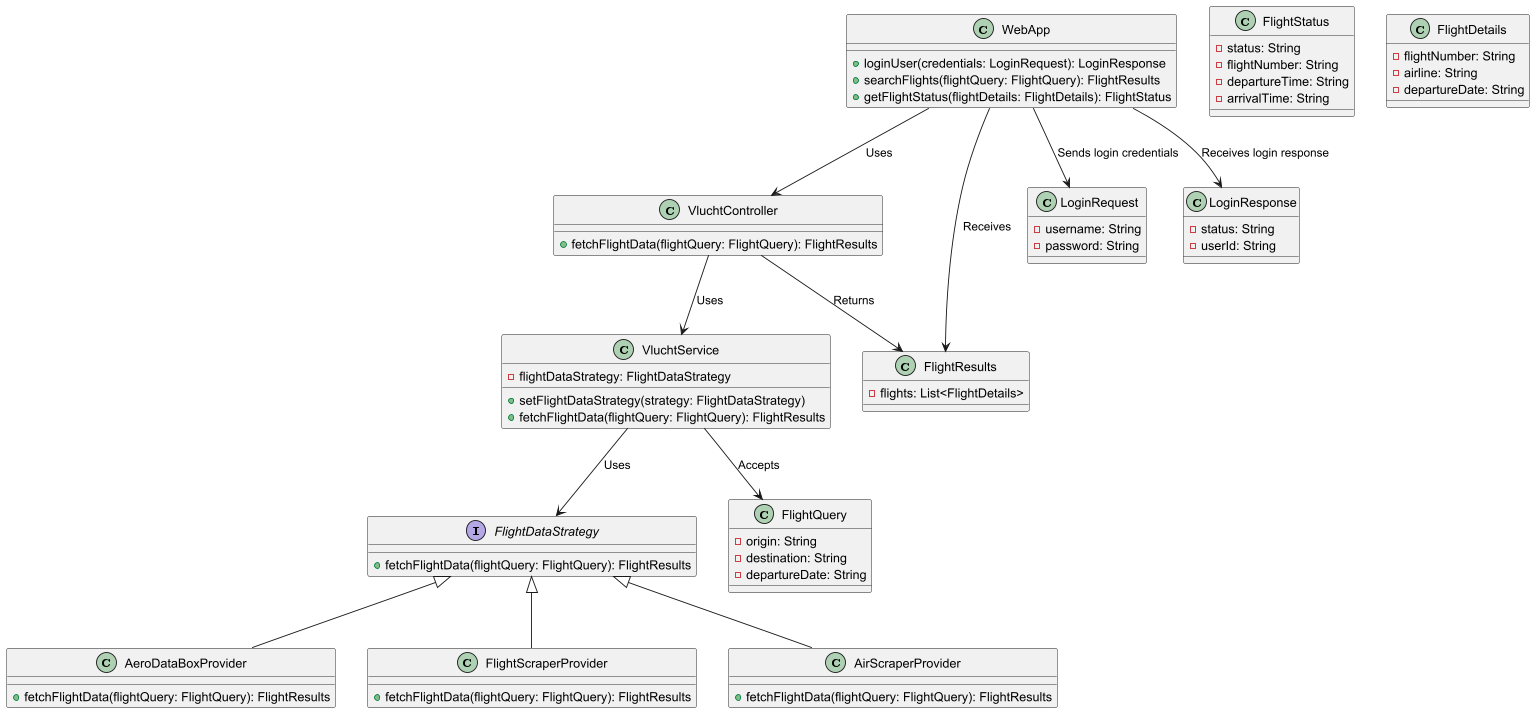
Earlier version of the PlantUML export opdracht-diagrammen/classDiagramQuestion.png (AIM-ENE-feb25/triptop-groep-b2). Source of this version:
```plantuml
@startuml

class WebApp {
    +loginUser(credentials: LoginRequest): LoginResponse
    +searchFlights(flightQuery: FlightQuery): FlightResults
    +getFlightStatus(flightDetails: FlightDetails): FlightStatus
}

class VluchtController {
    +fetchFlightData(flightQuery: FlightQuery): FlightResults
}

class VluchtService {
    -flightDataStrategy: FlightDataStrategy
    +setFlightDataStrategy(strategy: FlightDataStrategy)
    +fetchFlightData(flightQuery: FlightQuery): FlightResults
}

interface FlightDataStrategy {
    +fetchFlightData(flightQuery: FlightQuery): FlightResults
}

class AeroDataBoxProvider {
    +fetchFlightData(flightQuery: FlightQuery): FlightResults
}

class FlightScraperProvider {
    +fetchFlightData(flightQuery: FlightQuery): FlightResults
}

class AirScraperProvider {
    +fetchFlightData(flightQuery: FlightQuery): FlightResults
}

class FlightStatus {
    -status: String
    -flightNumber: String
    -departureTime: String
    -arrivalTime: String
}

class FlightDetails {
    -flightNumber: String
    -airline: String
    -departureDate: String
}

class FlightQuery {
    -origin: String
    -destination: String
    -departureDate: String
}

class FlightResults {
    -flights: List<FlightDetails>
}

class LoginRequest {
    -username: String
    -password: String
}

class LoginResponse {
    -status: String
    -userId: String
}

WebApp --> VluchtController : "Uses"
WebApp --> LoginRequest : "Sends login credentials"
WebApp --> LoginResponse : "Receives login response"
VluchtController --> VluchtService : "Uses"
VluchtService --> FlightDataStrategy : "Uses"
VluchtService --> FlightQuery : "Accepts"
VluchtController --> FlightResults : "Returns"
WebApp --> FlightResults : "Receives"

FlightDataStrategy <|-- AeroDataBoxProvider
FlightDataStrategy <|-- FlightScraperProvider
FlightDataStrategy <|-- AirScraperProvider

@enduml
```
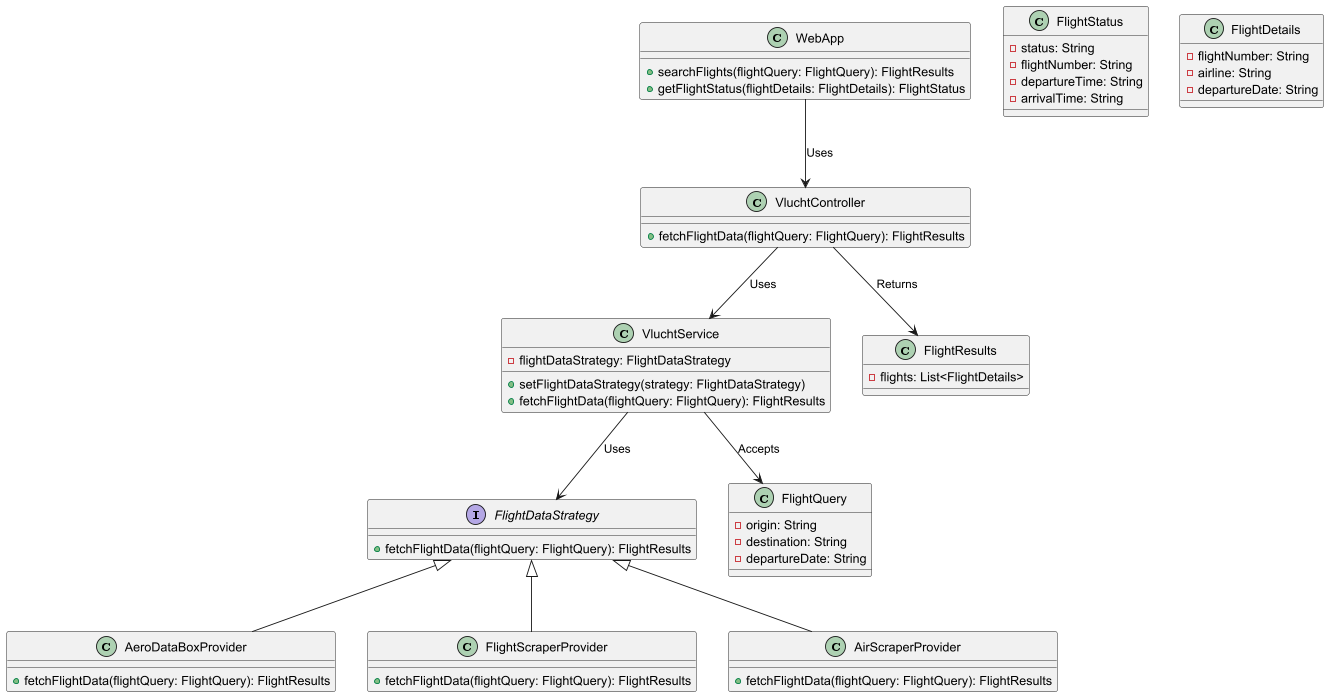
The same diagram one commit later.

Diff of the diagram source:
```diff
@@ -1,7 +1,6 @@
 @startuml
 
 class WebApp {
-    +loginUser(credentials: LoginRequest): LoginResponse
     +searchFlights(flightQuery: FlightQuery): FlightResults
     +getFlightStatus(flightDetails: FlightDetails): FlightStatus
 }
@@ -55,24 +54,12 @@
     -flights: List<FlightDetails>
 }
 
-class LoginRequest {
-    -username: String
-    -password: String
-}
-
-class LoginResponse {
-    -status: String
-    -userId: String
-}
 
 WebApp --> VluchtController : "Uses"
-WebApp --> LoginRequest : "Sends login credentials"
-WebApp --> LoginResponse : "Receives login response"
 VluchtController --> VluchtService : "Uses"
 VluchtService --> FlightDataStrategy : "Uses"
 VluchtService --> FlightQuery : "Accepts"
 VluchtController --> FlightResults : "Returns"
-WebApp --> FlightResults : "Receives"
 
 FlightDataStrategy <|-- AeroDataBoxProvider
 FlightDataStrategy <|-- FlightScraperProvider
```
